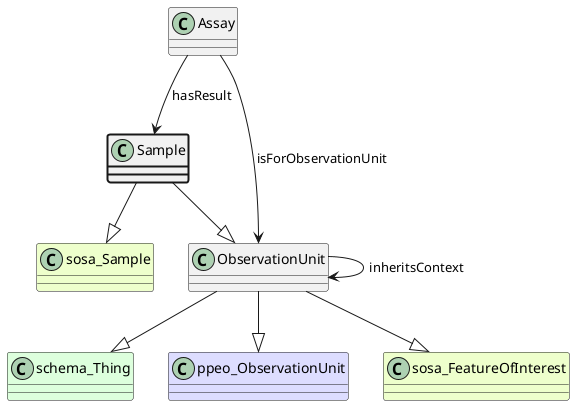
Earlier version of the PlantUML export ttl_uml/ttl_appn_Sample.png (aus-plant-phenomics-network/appn-schema). The source it was exported from:
```plantuml
@startuml
class Sample  #line.bold
class sosa_Sample #EEFFCC
Sample --|> sosa_Sample
class ObservationUnit
class schema_Thing #DDFFDD
ObservationUnit --|> schema_Thing
class ppeo_ObservationUnit #DDDDFF
ObservationUnit --|> ppeo_ObservationUnit
class sosa_FeatureOfInterest #EEFFCC
ObservationUnit --|> sosa_FeatureOfInterest
class Assay
Assay --> ObservationUnit : isForObservationUnit
class ObservationUnit
ObservationUnit --> ObservationUnit : inheritsContext
Sample --|> ObservationUnit
class Assay
Assay --> Sample : hasResult
@enduml
```
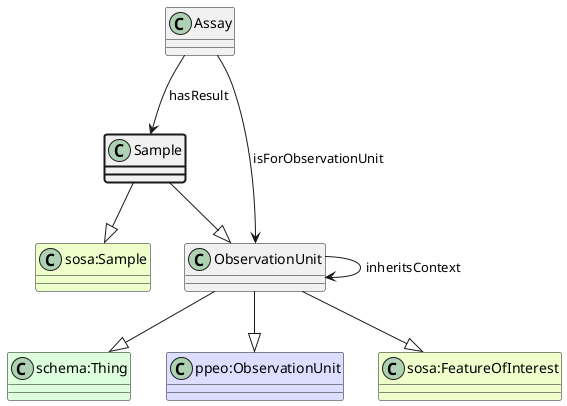
After the commit.

Change to the diagram source:
```diff
@@ -1,14 +1,14 @@
 @startuml
 class Sample  #line.bold
-class sosa_Sample #EEFFCC
-Sample --|> sosa_Sample
+class "sosa:Sample" #EEFFCC
+Sample --|> "sosa:Sample"
 class ObservationUnit
-class schema_Thing #DDFFDD
-ObservationUnit --|> schema_Thing
-class ppeo_ObservationUnit #DDDDFF
-ObservationUnit --|> ppeo_ObservationUnit
-class sosa_FeatureOfInterest #EEFFCC
-ObservationUnit --|> sosa_FeatureOfInterest
+class "schema:Thing" #DDFFDD
+ObservationUnit --|> "schema:Thing"
+class "ppeo:ObservationUnit" #DDDDFF
+ObservationUnit --|> "ppeo:ObservationUnit"
+class "sosa:FeatureOfInterest" #EEFFCC
+ObservationUnit --|> "sosa:FeatureOfInterest"
 class Assay
 Assay --> ObservationUnit : isForObservationUnit
 class ObservationUnit
```
